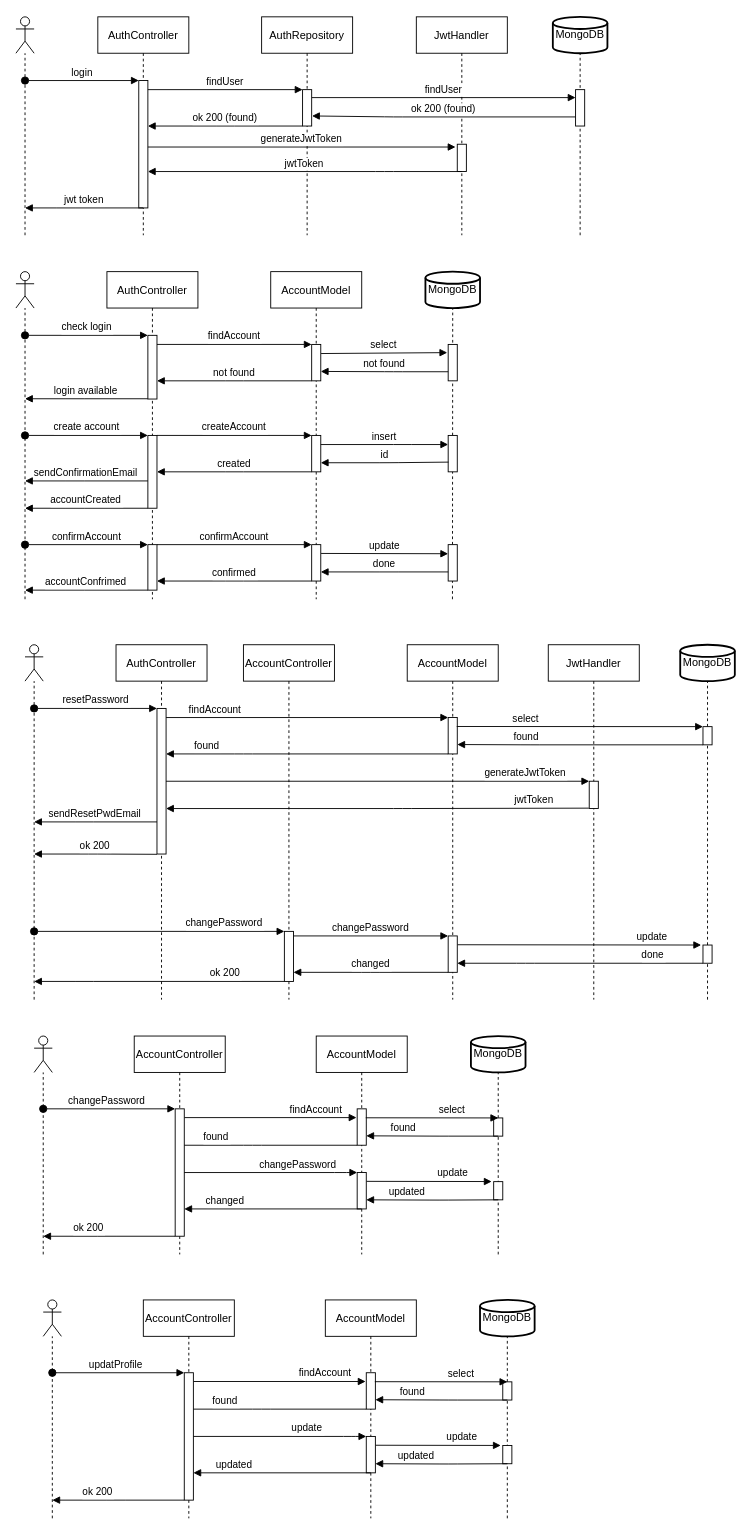
Before: diagrams/auth.drawio in shardoc/shardoc.github.io, a draw.io diagram. Source tidied: cells renumbered, new cells numbered last; positions are measured from the earlier drawing's top-left corner, leaving out a move shared by most shapes. Both pictures are drawn from the tidied source at 91%, with x=0, y=0 at pixel (15, 16).
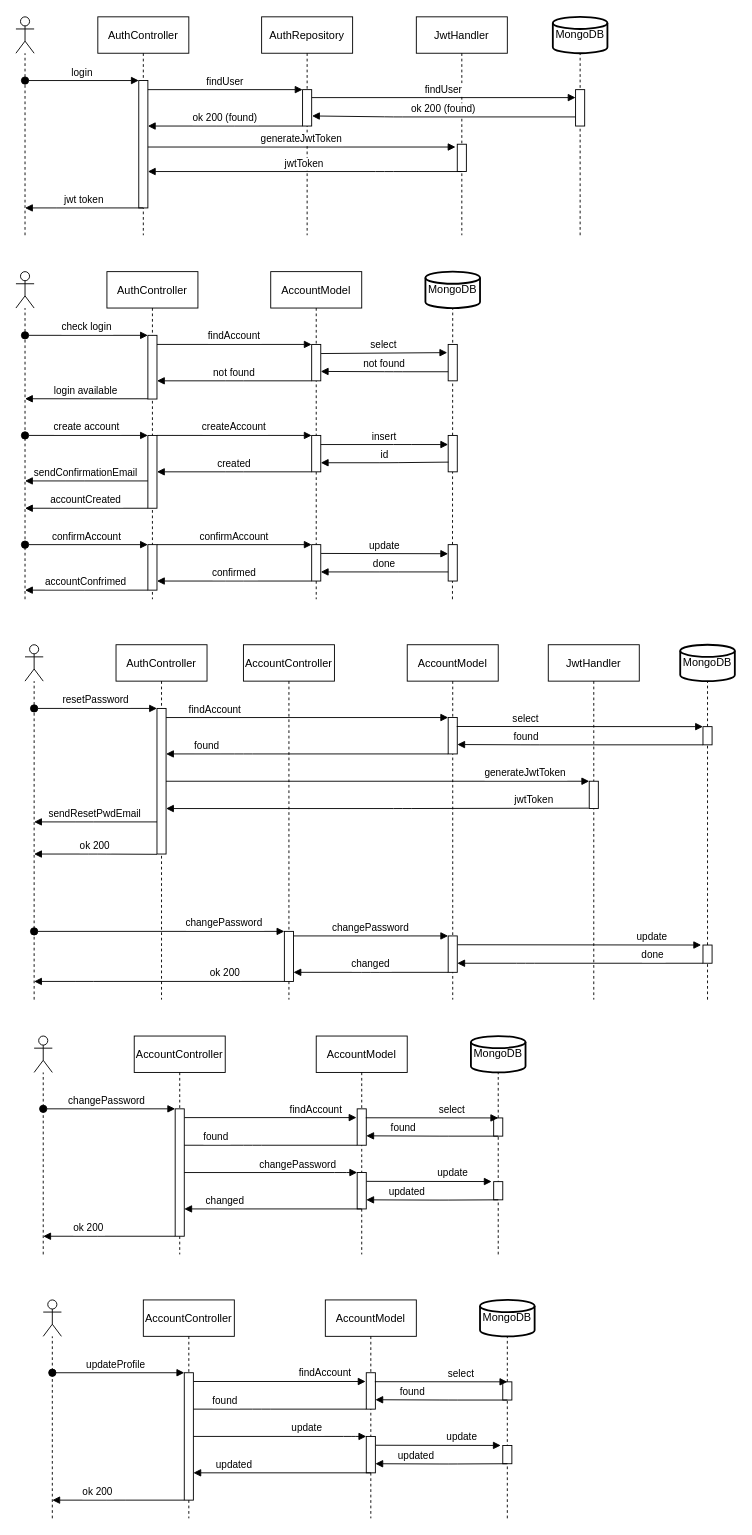
The same diagram, later.

Diff of the diagram source:
```diff
@@
-    <mxCell id="113" value="updatProfile" style="verticalAlign=bottom;startArrow=oval;endArrow=block;startSize=8;shadow=0;strokeWidth=1;" parent="1" edge="1">
+    <mxCell id="113" value="updateProfile" style="verticalAlign=bottom;startArrow=oval;endArrow=block;startSize=8;shadow=0;strokeWidth=1;" parent="1" edge="1">
       <mxGeometry x="-0.03" relative="1" as="geometry">
         <mxPoint x="40" y="1490" as="sourcePoint" />
         <mxPoint x="185" y="1490" as="targetPoint" />
       </mxGeometry>
     </mxCell>
```
